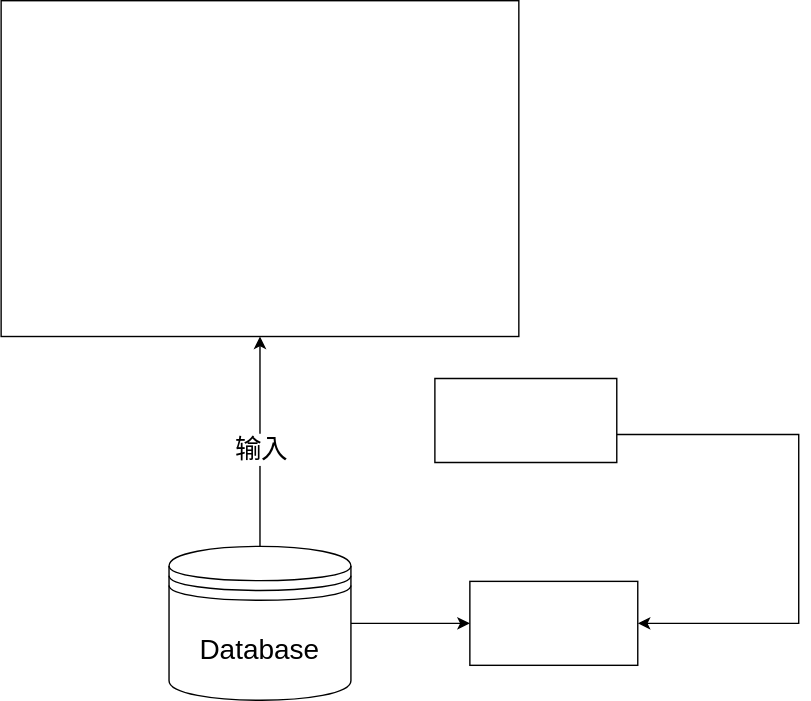
mxxxOrz12/drawio keeps this draw.io diagram as pie软著.drawio.svg. Above is the earlier version. Source tidied: cells renumbered, new cells last; positions are measured from the earlier drawing's top-left corner, leaving out a move shared by most shapes. The source it was exported from:
```xml
<mxGraphModel>
  <root>
    <mxCell id="0" />
    <mxCell id="1" parent="0" />
    <mxCell id="2" style="rounded=0;whiteSpace=wrap;html=1;labelBackgroundColor=none;" parent="1" vertex="1">
      <mxGeometry width="370" height="240" as="geometry" />
    </mxCell>
    <mxCell id="3" style="edgeStyle=orthogonalEdgeStyle;rounded=0;jettySize=auto;html=1;fontColor=default;labelBackgroundColor=none;" parent="1" edge="1" source="6" target="7">
      <mxGeometry relative="1" as="geometry" />
    </mxCell>
    <mxCell id="4" style="edgeStyle=orthogonalEdgeStyle;rounded=0;jettySize=auto;html=1;fontColor=default;labelBackgroundColor=none;" parent="1" edge="1" source="6" target="2">
      <mxGeometry relative="1" as="geometry" />
    </mxCell>
    <mxCell id="5" value="输入" style="edgeLabel;html=1;align=center;verticalAlign=middle;fontSize=19;fontFamily=Times New Roman;" parent="4" vertex="1">
      <mxGeometry x="-0.08" y="-1" relative="1" as="geometry" />
    </mxCell>
    <mxCell id="6" value="&lt;font style=&quot;font-size: 20px;&quot;&gt;Database&lt;/font&gt;" style="shape=datastore;whiteSpace=wrap;html=1;labelBackgroundColor=none;" parent="1" vertex="1">
      <mxGeometry x="120" y="390" width="130" height="110" as="geometry" />
    </mxCell>
    <mxCell id="7" style="whiteSpace=wrap;html=1;labelBackgroundColor=none;" parent="1" vertex="1">
      <mxGeometry x="335" y="415" width="120" height="60" as="geometry" />
    </mxCell>
    <mxCell id="8" style="edgeStyle=orthogonalEdgeStyle;rounded=0;jettySize=auto;html=1;fontColor=default;entryX=1;entryY=0.5;entryDx=0;entryDy=0;labelBackgroundColor=none;" parent="1" edge="1" source="9" target="7">
      <mxGeometry relative="1" as="geometry">
        <Array as="points">
          <mxPoint x="570" y="310" />
          <mxPoint x="570" y="445" />
        </Array>
      </mxGeometry>
    </mxCell>
    <mxCell id="9" style="verticalLabelPosition=bottom;verticalAlign=top;html=1;shape=mxgraph.basic.rect;fillColor2=none;strokeWidth=1;size=20;indent=100;labelBackgroundColor=none;" parent="1" vertex="1">
      <mxGeometry x="310" y="270" width="130" height="60" as="geometry" />
    </mxCell>
  </root>
</mxGraphModel>
```
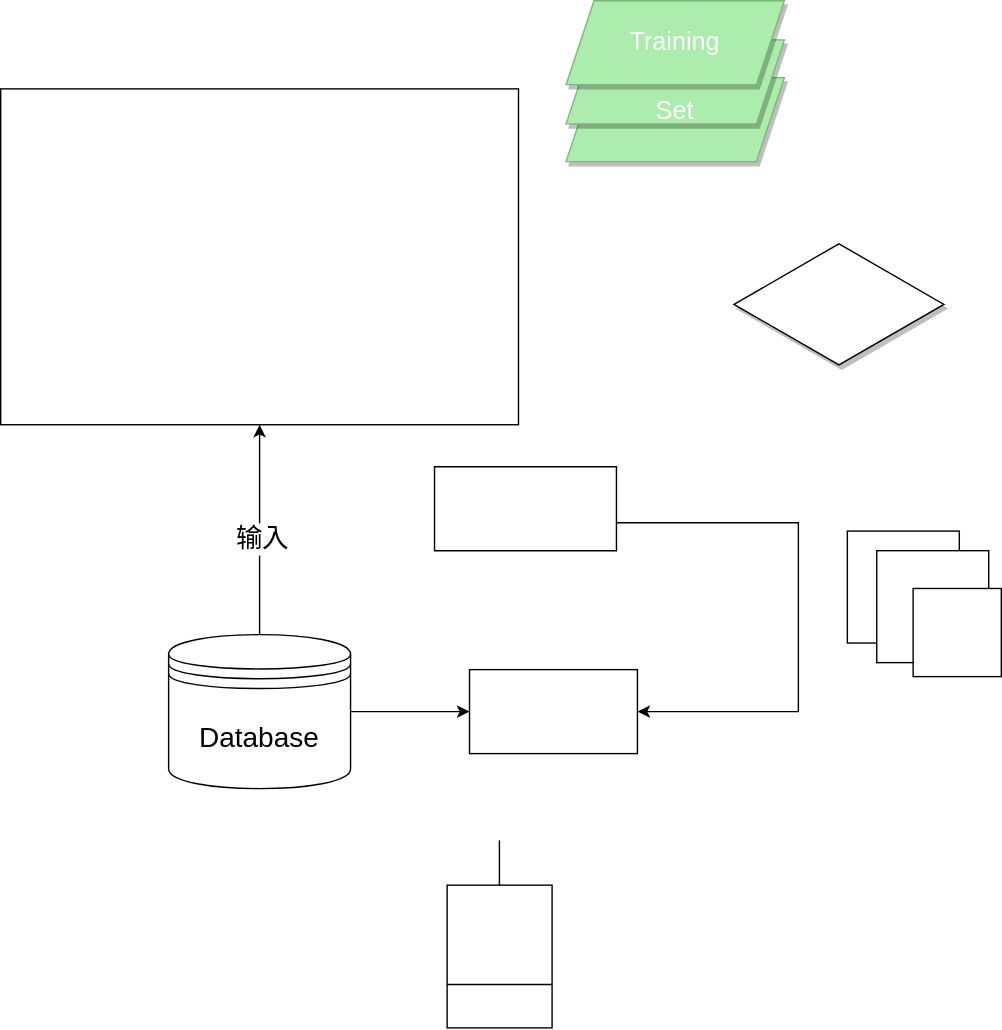
The same file after the commit.

The edit, as a diff of the source:
```diff
@@ -31,5 +31,41 @@
     <mxCell id="9" style="verticalLabelPosition=bottom;verticalAlign=top;html=1;shape=mxgraph.basic.rect;fillColor2=none;strokeWidth=1;size=20;indent=100;labelBackgroundColor=none;" parent="1" vertex="1">
       <mxGeometry x="310" y="270" width="130" height="60" as="geometry" />
     </mxCell>
+    <mxCell id="10" style="html=1;whiteSpace=wrap;shape=isoRectangle;shadow=1;" parent="1" vertex="1">
+      <mxGeometry x="524" y="109" width="150" height="90" as="geometry" />
+    </mxCell>
+    <mxCell id="11" style="shape=parallelogram;perimeter=parallelogramPerimeter;whiteSpace=wrap;html=1;fixedSize=1;shadow=1;fillColor=#acecac;strokeColor=#79b979;fontColor=#ffffff;" parent="1" vertex="1">
+      <mxGeometry x="404" y="-8" width="156" height="60" as="geometry" />
+    </mxCell>
+    <mxCell id="12" value="&lt;br style=&quot;font-size: 18px;&quot;&gt;&lt;br style=&quot;font-size: 18px;&quot;&gt;Set" style="shape=parallelogram;perimeter=parallelogramPerimeter;whiteSpace=wrap;html=1;fixedSize=1;shadow=1;fillColor=#acecac;strokeColor=#79b979;fontColor=#ffffff;fontSize=18;" parent="1" vertex="1">
+      <mxGeometry x="404" y="-35" width="156" height="60" as="geometry" />
+    </mxCell>
+    <mxCell id="13" value="Training" style="shape=parallelogram;perimeter=parallelogramPerimeter;whiteSpace=wrap;html=1;fixedSize=1;shadow=1;fillColor=#acecac;strokeColor=#79b979;fontColor=#ffffff;fontSize=18;" parent="1" vertex="1">
+      <mxGeometry x="404" y="-63" width="156" height="60" as="geometry" />
+    </mxCell>
+    <mxCell id="14" style="whiteSpace=wrap;html=1;" parent="1" vertex="1">
+      <mxGeometry x="605" y="316" width="80" height="80" as="geometry" />
+    </mxCell>
+    <mxCell id="15" style="whiteSpace=wrap;html=1;" parent="1" vertex="1">
+      <mxGeometry x="626" y="330" width="80" height="80" as="geometry" />
+    </mxCell>
+    <mxCell id="16" style="whiteSpace=wrap;html=1;" parent="1" vertex="1">
+      <mxGeometry x="652" y="357" width="63" height="63" as="geometry" />
+    </mxCell>
+    <mxCell id="17" style="rounded=0;whiteSpace=wrap;html=1;" parent="1" vertex="1">
+      <mxGeometry x="319" y="569" width="75" height="102" as="geometry" />
+    </mxCell>
+    <mxCell id="18" style="endArrow=none;html=1;rounded=0;" parent="1" edge="1">
+      <mxGeometry relative="1" as="geometry">
+        <mxPoint x="319" y="640" as="sourcePoint" />
+        <mxPoint x="394" y="640" as="targetPoint" />
+      </mxGeometry>
+    </mxCell>
+    <mxCell id="19" style="endArrow=none;html=1;rounded=0;" parent="1" edge="1">
+      <mxGeometry relative="1" as="geometry">
+        <mxPoint x="356.4" y="569" as="sourcePoint" />
+        <mxPoint x="356.4" y="537" as="targetPoint" />
+      </mxGeometry>
+    </mxCell>
   </root>
 </mxGraphModel>
```
